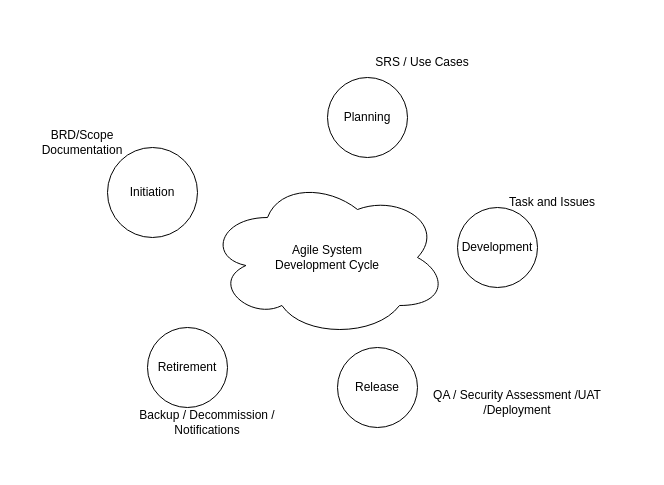
Before: SDLC.drawio in Adityacs001/snippet, a draw.io diagram. Source tidied: cells renumbered, new cells numbered last; positions are measured from the earlier drawing's top-left corner, leaving out a move shared by most shapes. Both pictures are drawn from the tidied source at 100%, with x=0, y=0 at pixel (17, 47).
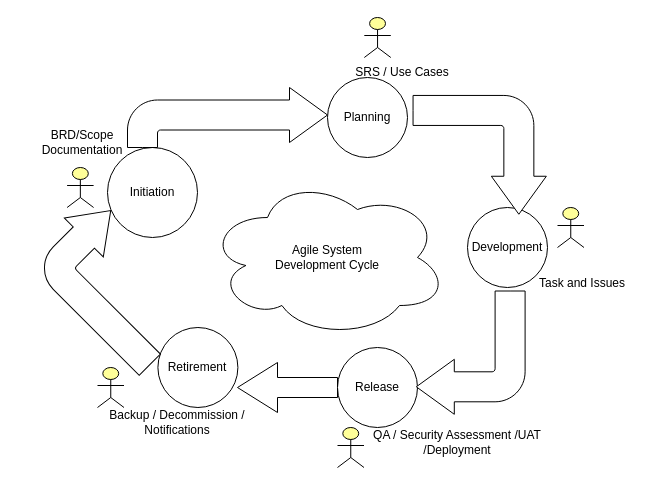
The same page after the edit.

Change to the diagram source:
```diff
@@
     <mxCell id="5" value="Development" style="ellipse;whiteSpace=wrap;html=1;" parent="1" vertex="1">
-      <mxGeometry x="440" y="160" width="80" height="80" as="geometry" />
+      <mxGeometry x="450" y="160" width="80" height="80" as="geometry" />
     </mxCell>
@@
     <mxCell id="7" value="Retirement" style="ellipse;whiteSpace=wrap;html=1;" parent="1" vertex="1">
-      <mxGeometry x="130" y="280" width="80" height="80" as="geometry" />
+      <mxGeometry x="140.4" y="280" width="80" height="80" as="geometry" />
     </mxCell>
@@
     <mxCell id="9" value="SRS / Use Cases" style="text;html=1;strokeColor=none;fillColor=none;align=center;verticalAlign=middle;whiteSpace=wrap;rounded=0;" parent="1" vertex="1">
-      <mxGeometry x="340" width="130" height="30" as="geometry" />
+      <mxGeometry x="320" y="10" width="130" height="30" as="geometry" />
     </mxCell>
     <mxCell id="10" value="Task and Issues" style="text;html=1;strokeColor=none;fillColor=none;align=center;verticalAlign=middle;whiteSpace=wrap;rounded=0;" parent="1" vertex="1">
-      <mxGeometry x="470" y="140" width="130" height="30" as="geometry" />
+      <mxGeometry x="500" y="220.7" width="130" height="30" as="geometry" />
     </mxCell>
     <mxCell id="11" value="QA / Security Assessment /UAT /Deployment" style="text;html=1;strokeColor=none;fillColor=none;align=center;verticalAlign=middle;whiteSpace=wrap;rounded=0;" parent="1" vertex="1">
-      <mxGeometry x="400" y="340" width="200" height="30" as="geometry" />
+      <mxGeometry x="340" y="380" width="200" height="30" as="geometry" />
     </mxCell>
     <mxCell id="12" value="Backup / Decommission / Notifications" style="text;html=1;strokeColor=none;fillColor=none;align=center;verticalAlign=middle;whiteSpace=wrap;rounded=0;" parent="1" vertex="1">
-      <mxGeometry x="90" y="360" width="200" height="30" as="geometry" />
+      <mxGeometry x="60" y="360" width="200" height="30" as="geometry" />
     </mxCell>
+    <mxCell id="13" style="html=1;shadow=0;dashed=0;align=center;verticalAlign=middle;shape=mxgraph.arrows2.bendArrow;dy=15;dx=38;notch=0;arrowHead=55;rounded=1;" parent="1" vertex="1">
+      <mxGeometry x="110" y="40" width="200" height="60" as="geometry" />
+    </mxCell>
+    <mxCell id="14" style="html=1;shadow=0;dashed=0;align=center;verticalAlign=middle;shape=mxgraph.arrows2.bendArrow;dy=15;dx=38;notch=0;arrowHead=55;rounded=1;rotation=90;" parent="1" vertex="1">
+      <mxGeometry x="402.8" y="40.7" width="118.8" height="133.3" as="geometry" />
+    </mxCell>
+    <mxCell id="15" style="html=1;shadow=0;dashed=0;align=center;verticalAlign=middle;shape=mxgraph.arrows2.bendArrow;dy=15;dx=38;notch=0;arrowHead=55;rounded=1;rotation=-180;" parent="1" vertex="1">
+      <mxGeometry x="398.8" y="243.5" width="108.8" height="123.3" as="geometry" />
+    </mxCell>
+    <mxCell id="16" style="html=1;shadow=0;dashed=0;align=center;verticalAlign=middle;shape=mxgraph.arrows2.bendArrow;dy=15;dx=38;notch=0;arrowHead=55;rounded=1;rotation=-45;" parent="1" vertex="1">
+      <mxGeometry x="49.6" y="153.7" width="96.3" height="164.1" as="geometry" />
+    </mxCell>
+    <mxCell id="17" style="html=1;shadow=0;dashed=0;align=center;verticalAlign=middle;shape=mxgraph.arrows2.arrow;dy=0.6;dx=40;flipH=1;notch=0;" parent="1" vertex="1">
+      <mxGeometry x="220" y="315" width="100" height="50" as="geometry" />
+    </mxCell>
+    <mxCell id="18" style="html=1;whiteSpace=wrap;fillColor=#ffff99;verticalLabelPosition=bottom;verticalAlign=top;align=center;shape=mxgraph.archimate3.actor;" parent="1" vertex="1">
+      <mxGeometry x="346.8" y="-30" width="26.5" height="40" as="geometry" />
+    </mxCell>
+    <mxCell id="19" style="html=1;whiteSpace=wrap;fillColor=#ffff99;verticalLabelPosition=bottom;verticalAlign=top;align=center;shape=mxgraph.archimate3.actor;" parent="1" vertex="1">
+      <mxGeometry x="49.6" y="120" width="26.5" height="40" as="geometry" />
+    </mxCell>
+    <mxCell id="20" style="html=1;whiteSpace=wrap;fillColor=#ffff99;verticalLabelPosition=bottom;verticalAlign=top;align=center;shape=mxgraph.archimate3.actor;" parent="1" vertex="1">
+      <mxGeometry x="540" y="160" width="26.5" height="40" as="geometry" />
+    </mxCell>
+    <mxCell id="21" style="html=1;whiteSpace=wrap;fillColor=#ffff99;verticalLabelPosition=bottom;verticalAlign=top;align=center;shape=mxgraph.archimate3.actor;" parent="1" vertex="1">
+      <mxGeometry x="320" y="380" width="26.5" height="40" as="geometry" />
+    </mxCell>
+    <mxCell id="22" style="html=1;whiteSpace=wrap;fillColor=#ffff99;verticalLabelPosition=bottom;verticalAlign=top;align=center;shape=mxgraph.archimate3.actor;" parent="1" vertex="1">
+      <mxGeometry x="80" y="320" width="26.5" height="40" as="geometry" />
+    </mxCell>
```
